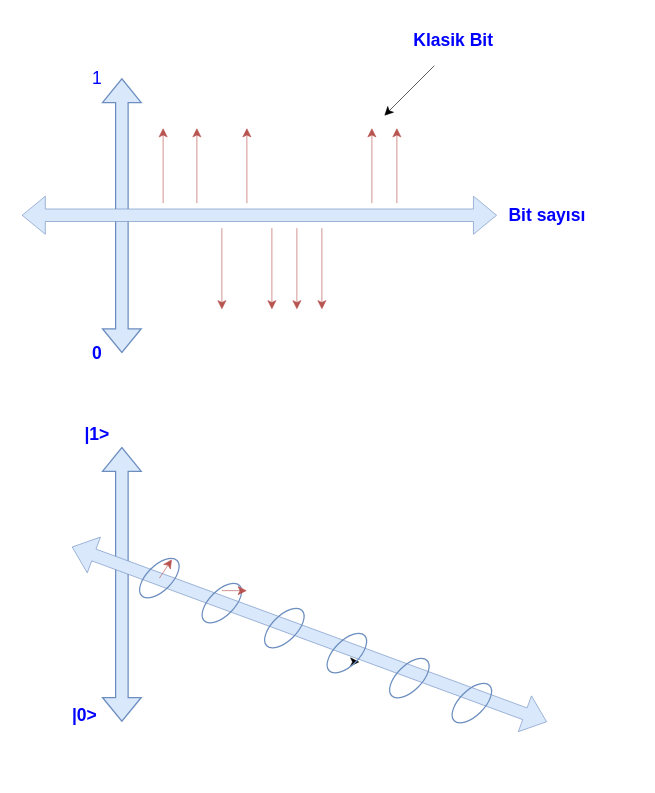
Earlier version of the draw.io diagram Quantum-Classical Bit.drawio (elifoz/QuantumGraphics). Source tidied: cells renumbered, new cells numbered last; positions are measured from the earlier drawing's top-left corner, leaving out a move shared by most shapes. Both pictures are drawn from the tidied source at 125%, with x=0, y=0 at pixel (21, 21).
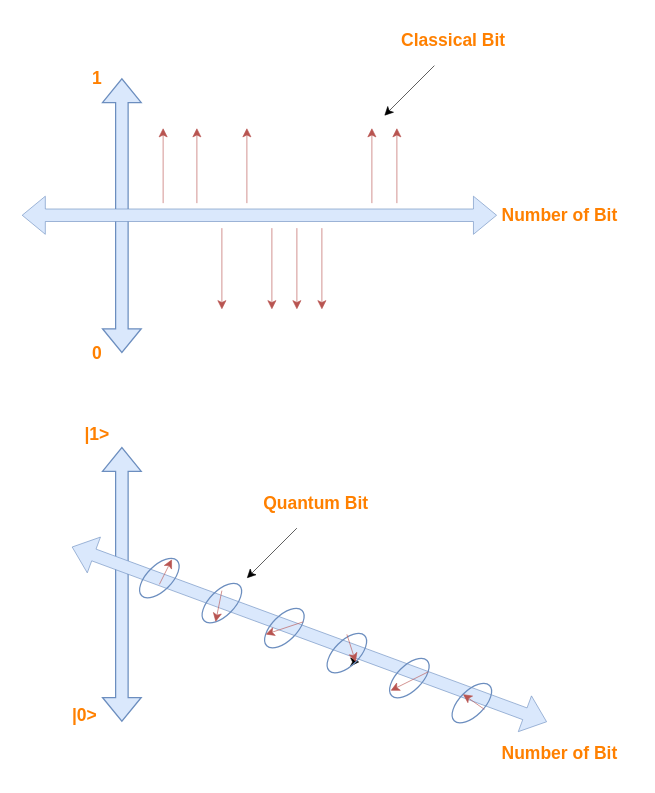
The same page after the edit.

The change refers to these unchanged cells:
```xml
<mxCell id="23" style="ellipse;whiteSpace=wrap;html=1;labelBorderColor=#7EA6E0;fontSize=14;rotation=-45;fillColor=none;strokeColor=#6c8ebf;" parent="1" vertex="1">
  <mxGeometry x="140" y="455" width="40" height="20" as="geometry" />
</mxCell>
<mxCell id="26" style="ellipse;whiteSpace=wrap;html=1;labelBorderColor=#7EA6E0;fontSize=14;rotation=-45;fillColor=none;strokeColor=#6c8ebf;" parent="1" vertex="1">
  <mxGeometry x="240" y="495" width="40" height="20" as="geometry" />
</mxCell>
<mxCell id="27" style="ellipse;whiteSpace=wrap;html=1;labelBorderColor=#7EA6E0;fontSize=14;rotation=-45;fillColor=none;strokeColor=#6c8ebf;" parent="1" vertex="1">
  <mxGeometry x="290" y="515" width="40" height="20" as="geometry" />
</mxCell>
<mxCell id="28" style="ellipse;whiteSpace=wrap;html=1;labelBorderColor=#7EA6E0;fontSize=14;rotation=-45;fillColor=none;strokeColor=#6c8ebf;" parent="1" vertex="1">
  <mxGeometry x="340" y="535" width="40" height="20" as="geometry" />
</mxCell>
```

Diff of the diagram source:
```diff
@@
-    <mxCell id="4" value="&lt;b&gt;&lt;font color=&quot;#0000ff&quot; style=&quot;font-size: 14px;&quot;&gt;0&lt;/font&gt;&lt;/b&gt;" style="text;html=1;align=center;verticalAlign=middle;strokeColor=none;fillColor=none;" parent="1" vertex="1">
+    <mxCell id="4" value="&lt;b&gt;&lt;font color=&quot;#ff8000&quot; style=&quot;font-size: 14px;&quot;&gt;0&lt;/font&gt;&lt;/b&gt;" style="text;html=1;align=center;verticalAlign=middle;strokeColor=none;fillColor=none;" parent="1" vertex="1">
       <mxGeometry x="45" y="250" width="30" height="30" as="geometry" />
     </mxCell>
-    <mxCell id="5" value="&lt;font color=&quot;#0000ff&quot; style=&quot;font-size: 14px;&quot;&gt;1&lt;/font&gt;" style="text;html=1;align=center;verticalAlign=middle;strokeColor=none;fillColor=none;" parent="1" vertex="1">
+    <mxCell id="5" value="&lt;font color=&quot;#ff8000&quot; style=&quot;font-size: 14px;&quot;&gt;&lt;b style=&quot;&quot;&gt;1&lt;/b&gt;&lt;/font&gt;" style="text;html=1;align=center;verticalAlign=middle;strokeColor=none;fillColor=none;" parent="1" vertex="1">
       <mxGeometry x="45" y="30" width="30" height="30" as="geometry" />
     </mxCell>
@@
-    <mxCell id="16" value="&lt;b&gt;&lt;font color=&quot;#0000ff&quot; style=&quot;font-size: 14px;&quot;&gt;Klasik Bit&lt;/font&gt;&lt;/b&gt;" style="text;html=1;align=center;verticalAlign=middle;strokeColor=none;fillColor=none;" parent="1" vertex="1">
-      <mxGeometry x="300" width="90" height="30" as="geometry" />
+    <mxCell id="16" value="&lt;b&gt;&lt;font color=&quot;#ff8000&quot; style=&quot;font-size: 14px;&quot;&gt;Classical Bit&lt;/font&gt;&lt;/b&gt;" style="text;html=1;align=center;verticalAlign=middle;strokeColor=none;fillColor=none;" parent="1" vertex="1">
+      <mxGeometry x="290" width="110" height="30" as="geometry" />
     </mxCell>
-    <mxCell id="17" value="&lt;b&gt;Bit sayısı&lt;/b&gt;" style="text;html=1;align=center;verticalAlign=middle;strokeColor=none;fillColor=none;fontSize=14;fontColor=#0000FF;" parent="1" vertex="1">
-      <mxGeometry x="380" y="140" width="80" height="30" as="geometry" />
+    <mxCell id="17" value="&lt;b&gt;&lt;font color=&quot;#ff8000&quot;&gt;Number of Bit&lt;/font&gt;&lt;/b&gt;" style="text;html=1;align=center;verticalAlign=middle;strokeColor=none;fillColor=none;fontSize=14;fontColor=#0000FF;" parent="1" vertex="1">
+      <mxGeometry x="370" y="140" width="120" height="30" as="geometry" />
     </mxCell>
@@
-    <mxCell id="20" value="&lt;b&gt;|0&amp;gt;&lt;/b&gt;" style="text;html=1;align=center;verticalAlign=middle;strokeColor=none;fillColor=none;fontSize=14;fontColor=#0000FF;" parent="1" vertex="1">
+    <mxCell id="20" value="&lt;b&gt;&lt;font color=&quot;#ff8000&quot;&gt;|0&amp;gt;&lt;/font&gt;&lt;/b&gt;" style="text;html=1;align=center;verticalAlign=middle;strokeColor=none;fillColor=none;fontSize=14;fontColor=#0000FF;" parent="1" vertex="1">
       <mxGeometry x="30" y="540" width="40" height="30" as="geometry" />
     </mxCell>
-    <mxCell id="21" value="&lt;b&gt;|1&amp;gt;&lt;/b&gt;" style="text;html=1;align=center;verticalAlign=middle;strokeColor=none;fillColor=none;fontSize=14;fontColor=#0000FF;" parent="1" vertex="1">
+    <mxCell id="21" value="&lt;b&gt;&lt;font color=&quot;#ff8000&quot;&gt;|1&amp;gt;&lt;/font&gt;&lt;/b&gt;" style="text;html=1;align=center;verticalAlign=middle;strokeColor=none;fillColor=none;fontSize=14;fontColor=#0000FF;" parent="1" vertex="1">
       <mxGeometry x="40" y="315" width="40" height="30" as="geometry" />
     </mxCell>
@@
-    <mxCell id="24" style="ellipse;whiteSpace=wrap;html=1;labelBorderColor=#7EA6E0;fontSize=14;rotation=-45;fillColor=none;strokeColor=#6c8ebf;" parent="1" vertex="1">
-      <mxGeometry x="190" y="475" width="40" height="20" as="geometry" />
-    </mxCell>
@@
     <mxCell id="29" style="endArrow=classic;html=1;rounded=0;strokeWidth=0.5;fillColor=#f8cecc;strokeColor=#b85450;" parent="1" edge="1">
       <mxGeometry relative="1" as="geometry">
-        <mxPoint x="110" y="445" as="sourcePoint" />
+        <mxPoint x="110" y="450" as="sourcePoint" />
         <mxPoint x="120" y="430" as="targetPoint" />
       </mxGeometry>
     </mxCell>
-    <mxCell id="30" style="endArrow=classic;html=1;rounded=0;strokeWidth=0.5;fillColor=#f8cecc;strokeColor=#b85450;" parent="1" edge="1">
+    <mxCell id="30" style="endArrow=classic;html=1;rounded=0;strokeWidth=0.5;fillColor=#f8cecc;strokeColor=#b85450;entryX=0;entryY=1;entryDx=0;entryDy=0;" parent="1" edge="1" target="23">
       <mxGeometry relative="1" as="geometry">
         <mxPoint x="160" y="455" as="sourcePoint" />
-        <mxPoint x="180" y="455" as="targetPoint" />
       </mxGeometry>
     </mxCell>
+    <mxCell id="31" value="&lt;b style=&quot;font-size: 14px;&quot;&gt;&lt;font color=&quot;#ff8000&quot;&gt;Number of Bit&lt;/font&gt;&lt;/b&gt;" style="text;html=1;align=center;verticalAlign=middle;strokeColor=none;fillColor=none;" parent="1" vertex="1">
+      <mxGeometry x="370" y="570" width="120" height="30" as="geometry" />
+    </mxCell>
+    <mxCell id="32" style="endArrow=classic;html=1;rounded=0;strokeWidth=0.5;" parent="1" edge="1">
+      <mxGeometry relative="1" as="geometry">
+        <mxPoint x="220" y="405" as="sourcePoint" />
+        <mxPoint x="180" y="445" as="targetPoint" />
+      </mxGeometry>
+    </mxCell>
+    <mxCell id="33" value="&lt;b&gt;&lt;font color=&quot;#ff8000&quot; style=&quot;font-size: 14px;&quot;&gt;Quantum Bit&lt;/font&gt;&lt;/b&gt;" style="text;html=1;align=center;verticalAlign=middle;strokeColor=none;fillColor=none;" parent="1" vertex="1">
+      <mxGeometry x="180" y="370" width="110" height="30" as="geometry" />
+    </mxCell>
+    <mxCell id="24" style="ellipse;whiteSpace=wrap;html=1;labelBorderColor=#7EA6E0;fontSize=14;rotation=-45;fillColor=none;strokeColor=#6c8ebf;" parent="1" vertex="1">
+      <mxGeometry x="190" y="475" width="40" height="20" as="geometry" />
+    </mxCell>
+    <mxCell id="34" style="endArrow=classic;html=1;rounded=0;strokeWidth=0.5;fillColor=#f8cecc;strokeColor=#b85450;entryX=0;entryY=0;entryDx=0;entryDy=0;exitX=1;exitY=1;exitDx=0;exitDy=0;" parent="1" edge="1" source="24" target="24">
+      <mxGeometry relative="1" as="geometry" />
+    </mxCell>
+    <mxCell id="35" style="endArrow=classic;html=1;rounded=0;strokeWidth=0.5;fillColor=#f8cecc;strokeColor=#b85450;entryX=0.5;entryY=1;entryDx=0;entryDy=0;" parent="1" edge="1" target="26">
+      <mxGeometry relative="1" as="geometry">
+        <mxPoint x="260" y="490" as="sourcePoint" />
+      </mxGeometry>
+    </mxCell>
+    <mxCell id="36" style="endArrow=classic;html=1;rounded=0;strokeWidth=0.5;fillColor=#f8cecc;strokeColor=#b85450;exitX=1;exitY=1;exitDx=0;exitDy=0;" parent="1" edge="1" source="27">
+      <mxGeometry relative="1" as="geometry">
+        <mxPoint x="295" y="535" as="targetPoint" />
+      </mxGeometry>
+    </mxCell>
+    <mxCell id="37" style="endArrow=classic;html=1;rounded=0;strokeWidth=0.5;fillColor=#f8cecc;strokeColor=#b85450;entryX=0.5;entryY=0;entryDx=0;entryDy=0;" parent="1" edge="1" target="28">
+      <mxGeometry relative="1" as="geometry">
+        <mxPoint x="370" y="550" as="sourcePoint" />
+      </mxGeometry>
+    </mxCell>
```
